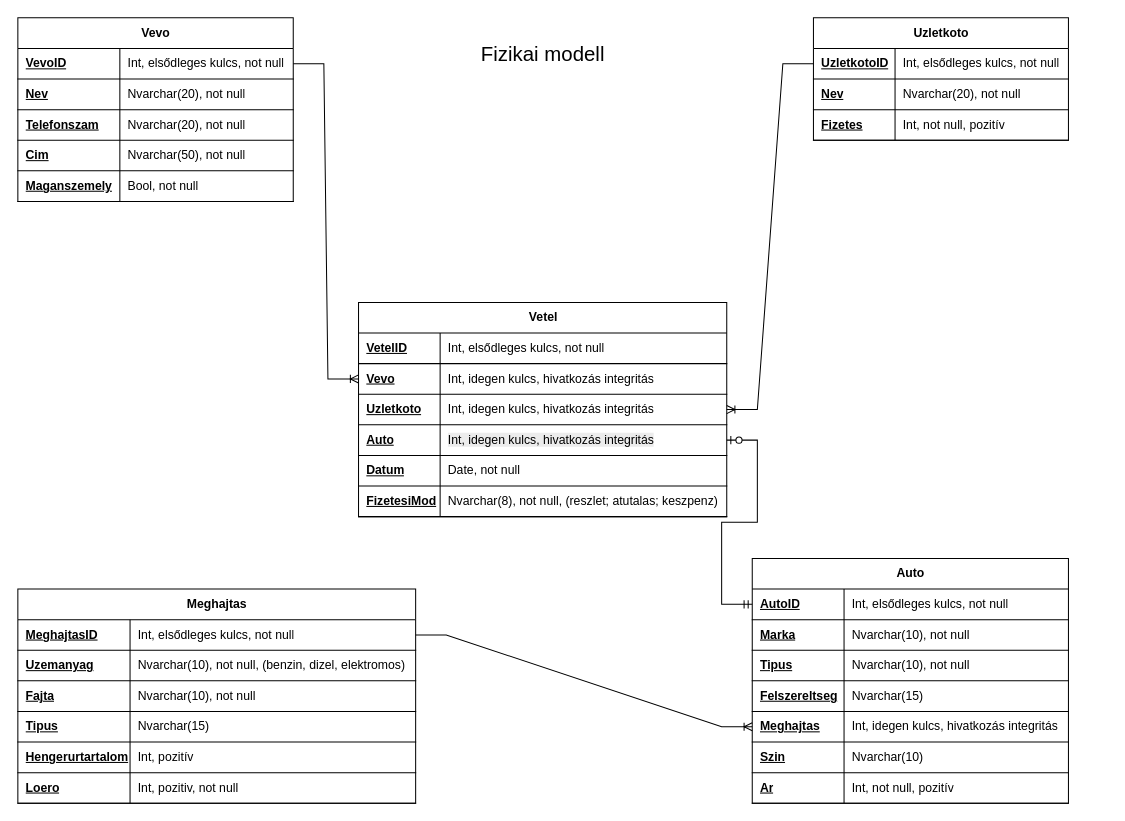
Above: page "Fizikai modell" (3 of 3) of BEADANDO/Modellek.drawio in Horvath-B/adatbazisok (draw.io), before the change. Source tidied: cells renumbered, new cells numbered last; positions are measured from the earlier drawing's top-left corner, leaving out a move shared by most shapes. Both pictures are drawn from the tidied source at 102%, with x=0, y=0 at pixel (17, 17).
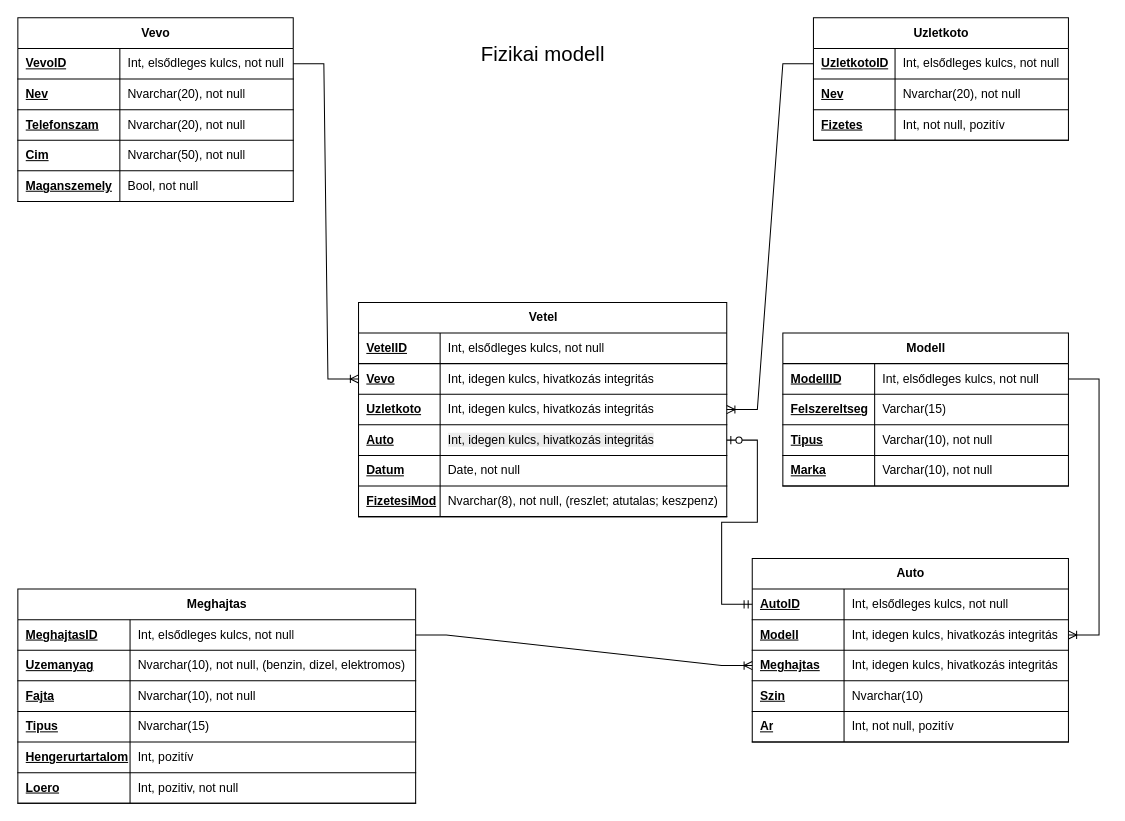
After the change.

Diff of the diagram source:
```diff
@@
     <mxCell id="28" value="Auto" style="shape=table;startSize=30;childLayout=tableLayout;rowLines=0;fontStyle=1;align=center;html=1;" parent="1" vertex="1">
-      <mxGeometry x="720" y="530" width="310" height="240" as="geometry" />
+      <mxGeometry x="720" y="530" width="310" height="180" as="geometry" />
     </mxCell>
@@
-    <mxCell id="32" style="shape=tableRow;horizontal=0;startSize=0;swimlaneHead=0;swimlaneBody=0;fillColor=none;top=0;left=0;right=0;bottom=1;" parent="28" vertex="1">
-      <mxGeometry y="60" width="310" height="30" as="geometry" />
-    </mxCell>
-    <mxCell id="33" value="Marka" style="shape=partialRectangle;fillColor=none;top=0;left=0;bottom=0;right=0;align=left;spacingLeft=6;fontStyle=5;overflow=hidden;whiteSpace=wrap;html=1;" parent="32" vertex="1">
-      <mxGeometry width="90" height="30" as="geometry" />
-    </mxCell>
-    <mxCell id="34" value="Nvarchar(10), not null" style="shape=partialRectangle;fillColor=none;top=0;left=0;bottom=0;right=0;align=left;spacingLeft=6;fontStyle=0;overflow=hidden;whiteSpace=wrap;html=1;" parent="32" vertex="1">
-      <mxGeometry x="90" width="220" height="30" as="geometry" />
-    </mxCell>
-    <mxCell id="35" style="shape=tableRow;horizontal=0;startSize=0;swimlaneHead=0;swimlaneBody=0;fillColor=none;top=0;left=0;right=0;bottom=1;" parent="28" vertex="1">
-      <mxGeometry y="90" width="310" height="30" as="geometry" />
-    </mxCell>
-    <mxCell id="36" value="Tipus" style="shape=partialRectangle;fillColor=none;top=0;left=0;bottom=0;right=0;align=left;spacingLeft=6;fontStyle=5;overflow=hidden;whiteSpace=wrap;html=1;" parent="35" vertex="1">
-      <mxGeometry width="90" height="30" as="geometry" />
-    </mxCell>
-    <mxCell id="37" value="Nvarchar(10), not null" style="shape=partialRectangle;fillColor=none;top=0;left=0;bottom=0;right=0;align=left;spacingLeft=6;fontStyle=0;overflow=hidden;whiteSpace=wrap;html=1;" parent="35" vertex="1">
-      <mxGeometry x="90" width="220" height="30" as="geometry" />
-    </mxCell>
     <mxCell id="38" style="shape=tableRow;horizontal=0;startSize=0;swimlaneHead=0;swimlaneBody=0;fillColor=none;points=[[0,0.5],[1,0.5]];portConstraint=eastwest;top=0;left=0;right=0;bottom=1;" parent="28" vertex="1">
-      <mxGeometry y="120" width="310" height="30" as="geometry" />
+      <mxGeometry y="60" width="310" height="30" as="geometry" />
     </mxCell>
-    <mxCell id="39" value="Felszereltseg" style="shape=partialRectangle;fillColor=none;top=0;left=0;bottom=0;right=0;align=left;spacingLeft=6;fontStyle=5;overflow=hidden;whiteSpace=wrap;html=1;" parent="38" vertex="1">
+    <mxCell id="39" value="Modell" style="shape=partialRectangle;fillColor=none;top=0;left=0;bottom=0;right=0;align=left;spacingLeft=6;fontStyle=5;overflow=hidden;whiteSpace=wrap;html=1;" parent="38" vertex="1">
       <mxGeometry width="90" height="30" as="geometry" />
     </mxCell>
-    <mxCell id="40" value="Nvarchar(15)" style="shape=partialRectangle;fillColor=none;top=0;left=0;bottom=0;right=0;align=left;spacingLeft=6;fontStyle=0;overflow=hidden;whiteSpace=wrap;html=1;" parent="38" vertex="1">
+    <mxCell id="40" value="Int, idegen kulcs, hivatkozás integritás" style="shape=partialRectangle;fillColor=none;top=0;left=0;bottom=0;right=0;align=left;spacingLeft=6;fontStyle=0;overflow=hidden;whiteSpace=wrap;html=1;" parent="38" vertex="1">
       <mxGeometry x="90" width="220" height="30" as="geometry" />
     </mxCell>
     <mxCell id="41" style="shape=tableRow;horizontal=0;startSize=0;swimlaneHead=0;swimlaneBody=0;fillColor=none;points=[[0,0.5],[1,0.5]];portConstraint=eastwest;top=0;left=0;right=0;bottom=1;" parent="28" vertex="1">
-      <mxGeometry y="150" width="310" height="30" as="geometry" />
+      <mxGeometry y="90" width="310" height="30" as="geometry" />
     </mxCell>
@@
     <mxCell id="44" style="shape=tableRow;horizontal=0;startSize=0;swimlaneHead=0;swimlaneBody=0;fillColor=none;top=0;left=0;right=0;bottom=1;" parent="28" vertex="1">
-      <mxGeometry y="180" width="310" height="30" as="geometry" />
+      <mxGeometry y="120" width="310" height="30" as="geometry" />
     </mxCell>
@@
     <mxCell id="47" style="shape=tableRow;horizontal=0;startSize=0;swimlaneHead=0;swimlaneBody=0;fillColor=none;top=0;left=0;right=0;bottom=1;" parent="28" vertex="1">
-      <mxGeometry y="210" width="310" height="30" as="geometry" />
+      <mxGeometry y="150" width="310" height="30" as="geometry" />
     </mxCell>
@@
+    <mxCell id="93" value="Modell" style="shape=table;startSize=30;childLayout=tableLayout;rowLines=0;fontStyle=1;align=center;html=1;" parent="1" vertex="1">
+      <mxGeometry x="750" y="309" width="280" height="150" as="geometry" />
+    </mxCell>
+    <mxCell id="94" style="shape=tableRow;horizontal=0;startSize=0;swimlaneHead=0;swimlaneBody=0;fillColor=none;points=[[0,0.5],[1,0.5]];portConstraint=eastwest;top=0;left=0;right=0;bottom=1;" parent="93" vertex="1">
+      <mxGeometry y="30" width="280" height="30" as="geometry" />
+    </mxCell>
+    <mxCell id="95" value="ModellID" style="shape=partialRectangle;fillColor=none;top=0;left=0;bottom=0;right=0;align=left;spacingLeft=6;fontStyle=5;overflow=hidden;whiteSpace=wrap;html=1;" parent="94" vertex="1">
+      <mxGeometry width="90" height="30" as="geometry" />
+    </mxCell>
+    <mxCell id="96" value="Int, elsődleges kulcs, not null" style="shape=partialRectangle;fillColor=none;top=0;left=0;bottom=0;right=0;align=left;spacingLeft=6;fontStyle=0;overflow=hidden;whiteSpace=wrap;html=1;" parent="94" vertex="1">
+      <mxGeometry x="90" width="190" height="30" as="geometry" />
+    </mxCell>
+    <mxCell id="97" style="shape=tableRow;horizontal=0;startSize=0;swimlaneHead=0;swimlaneBody=0;fillColor=none;top=0;left=0;right=0;bottom=1;" parent="93" vertex="1">
+      <mxGeometry y="60" width="280" height="30" as="geometry" />
+    </mxCell>
+    <mxCell id="98" value="Felszereltseg" style="shape=partialRectangle;fillColor=none;top=0;left=0;bottom=0;right=0;align=left;spacingLeft=6;fontStyle=5;overflow=hidden;whiteSpace=wrap;html=1;" parent="97" vertex="1">
+      <mxGeometry width="90" height="30" as="geometry" />
+    </mxCell>
+    <mxCell id="99" value="Varchar(15)" style="shape=partialRectangle;fillColor=none;top=0;left=0;bottom=0;right=0;align=left;spacingLeft=6;fontStyle=0;overflow=hidden;whiteSpace=wrap;html=1;" parent="97" vertex="1">
+      <mxGeometry x="90" width="190" height="30" as="geometry" />
+    </mxCell>
+    <mxCell id="100" style="shape=tableRow;horizontal=0;startSize=0;swimlaneHead=0;swimlaneBody=0;fillColor=none;top=0;left=0;right=0;bottom=1;" parent="93" vertex="1">
+      <mxGeometry y="90" width="280" height="30" as="geometry" />
+    </mxCell>
+    <mxCell id="36" value="Tipus" style="shape=partialRectangle;fillColor=none;top=0;left=0;bottom=0;right=0;align=left;spacingLeft=6;fontStyle=5;overflow=hidden;whiteSpace=wrap;html=1;" parent="100" vertex="1">
+      <mxGeometry width="90" height="30" as="geometry" />
+    </mxCell>
+    <mxCell id="101" value="Varchar(10), not null" style="shape=partialRectangle;fillColor=none;top=0;left=0;bottom=0;right=0;align=left;spacingLeft=6;fontStyle=0;overflow=hidden;whiteSpace=wrap;html=1;" parent="100" vertex="1">
+      <mxGeometry x="90" width="190" height="30" as="geometry" />
+    </mxCell>
+    <mxCell id="102" style="shape=tableRow;horizontal=0;startSize=0;swimlaneHead=0;swimlaneBody=0;fillColor=none;top=0;left=0;right=0;bottom=1;" parent="93" vertex="1">
+      <mxGeometry y="120" width="280" height="30" as="geometry" />
+    </mxCell>
+    <mxCell id="33" value="Marka" style="shape=partialRectangle;fillColor=none;top=0;left=0;bottom=0;right=0;align=left;spacingLeft=6;fontStyle=5;overflow=hidden;whiteSpace=wrap;html=1;" parent="102" vertex="1">
+      <mxGeometry width="90" height="30" as="geometry" />
+    </mxCell>
+    <mxCell id="103" value="Varchar(10), not null" style="shape=partialRectangle;fillColor=none;top=0;left=0;bottom=0;right=0;align=left;spacingLeft=6;fontStyle=0;overflow=hidden;whiteSpace=wrap;html=1;" parent="102" vertex="1">
+      <mxGeometry x="90" width="190" height="30" as="geometry" />
+    </mxCell>
+    <mxCell id="104" style="edgeStyle=entityRelationEdgeStyle;fontSize=12;html=1;endArrow=ERoneToMany;rounded=0;exitX=1;exitY=0.5;exitDx=0;exitDy=0;entryX=1;entryY=0.5;entryDx=0;entryDy=0;" parent="1" edge="1" source="94" target="38">
+      <mxGeometry relative="1" as="geometry" />
+    </mxCell>
```
